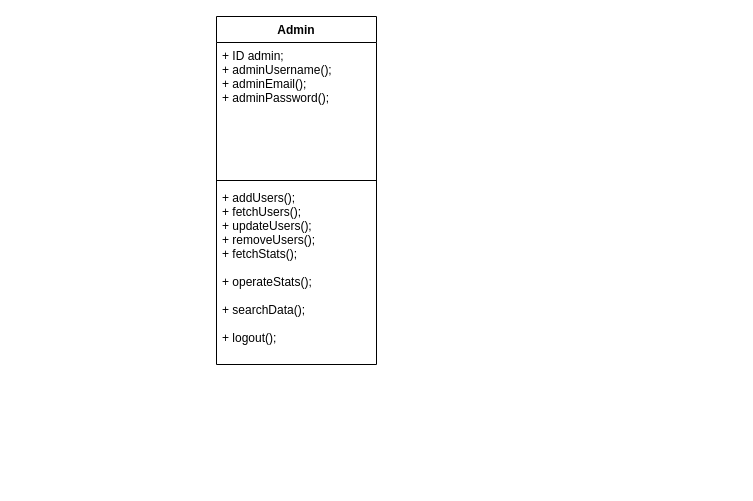
Before: Conceptions/UML/DiagramClass.drawio in JAMALEEY/Application-de-gestion-d-cole-BETA, a draw.io diagram. Source tidied: cells renumbered, new cells numbered last; positions are measured from the earlier drawing's top-left corner, leaving out a move shared by most shapes. Both pictures are drawn from the tidied source at 100%, with x=0, y=0 at pixel (216, 16).
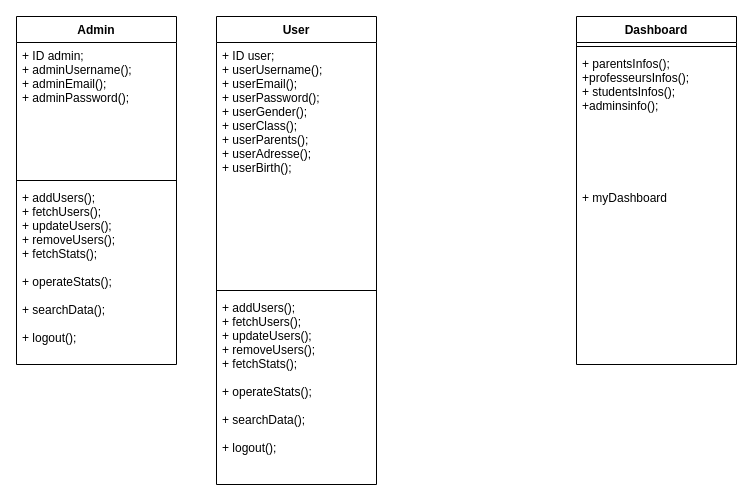
The same page after the edit.

What changed in the source:
```diff
@@
 <mxGraphModel>
   <root>
     <mxCell id="0" />
     <mxCell id="1" parent="0" />
-    <mxCell id="2" value="Admin" style="swimlane;fontStyle=1;align=center;verticalAlign=top;horizontal=1;startSize=26;" parent="1" vertex="1">
-      <mxGeometry width="160" height="348" as="geometry" />
+    <mxCell id="2" value="User" style="swimlane;fontStyle=1;align=center;verticalAlign=top;horizontal=1;startSize=26;" parent="1" vertex="1">
+      <mxGeometry width="160" height="468" as="geometry" />
     </mxCell>
-    <mxCell id="3" value="+ ID admin;&#10;+ adminUsername();&#10;+ adminEmail();&#10;+ adminPassword();&#10;&#10;" style="text;strokeColor=none;fillColor=none;align=left;verticalAlign=top;spacingLeft=4;spacingRight=4;overflow=hidden;" parent="2" vertex="1">
-      <mxGeometry y="26" width="160" height="134" as="geometry" />
+    <mxCell id="3" value="+ ID user;&#10;+ userUsername();&#10;+ userEmail();&#10;+ userPassword();&#10;+ userGender();&#10;+ userClass();&#10;+ userParents();&#10;+ userAdresse();&#10;+ userBirth();&#10;&#10;&#10;" style="text;strokeColor=none;fillColor=none;align=left;verticalAlign=top;spacingLeft=4;spacingRight=4;overflow=hidden;" parent="2" vertex="1">
+      <mxGeometry y="26" width="160" height="244" as="geometry" />
     </mxCell>
     <mxCell id="4" style="line;strokeWidth=1;fillColor=none;align=left;verticalAlign=middle;spacingTop=-1;spacingLeft=3;spacingRight=3;labelPosition=right;" parent="2" vertex="1">
-      <mxGeometry y="160" width="160" height="8" as="geometry" />
+      <mxGeometry y="270" width="160" height="8" as="geometry" />
     </mxCell>
     <mxCell id="5" value="+ addUsers();&#10;+ fetchUsers();&#10;+ updateUsers();&#10;+ removeUsers();&#10;+ fetchStats();&#10;&#10;+ operateStats();&#10;&#10;+ searchData();&#10;&#10;+ logout();&#10;" style="text;strokeColor=none;fillColor=none;align=left;verticalAlign=top;spacingLeft=4;spacingRight=4;overflow=hidden;" parent="2" vertex="1">
-      <mxGeometry y="168" width="160" height="180" as="geometry" />
+      <mxGeometry y="278" width="160" height="190" as="geometry" />
     </mxCell>
+    <mxCell id="6" value="Admin" style="swimlane;fontStyle=1;align=center;verticalAlign=top;horizontal=1;startSize=26;" parent="1" vertex="1">
+      <mxGeometry x="-200" width="160" height="348" as="geometry" />
+    </mxCell>
+    <mxCell id="7" value="+ ID admin;&#10;+ adminUsername();&#10;+ adminEmail();&#10;+ adminPassword();&#10;&#10;" style="text;strokeColor=none;fillColor=none;align=left;verticalAlign=top;spacingLeft=4;spacingRight=4;overflow=hidden;" parent="6" vertex="1">
+      <mxGeometry y="26" width="160" height="134" as="geometry" />
+    </mxCell>
+    <mxCell id="8" style="line;strokeWidth=1;fillColor=none;align=left;verticalAlign=middle;spacingTop=-1;spacingLeft=3;spacingRight=3;labelPosition=right;" parent="6" vertex="1">
+      <mxGeometry y="160" width="160" height="8" as="geometry" />
+    </mxCell>
+    <mxCell id="9" value="+ addUsers();&#10;+ fetchUsers();&#10;+ updateUsers();&#10;+ removeUsers();&#10;+ fetchStats();&#10;&#10;+ operateStats();&#10;&#10;+ searchData();&#10;&#10;+ logout();&#10;" style="text;strokeColor=none;fillColor=none;align=left;verticalAlign=top;spacingLeft=4;spacingRight=4;overflow=hidden;" parent="6" vertex="1">
+      <mxGeometry y="168" width="160" height="180" as="geometry" />
+    </mxCell>
+    <mxCell id="10" value="Dashboard" style="swimlane;fontStyle=1;align=center;verticalAlign=top;horizontal=1;startSize=26;" parent="1" vertex="1">
+      <mxGeometry x="360" width="160" height="348" as="geometry" />
+    </mxCell>
+    <mxCell id="11" style="line;strokeWidth=1;fillColor=none;align=left;verticalAlign=middle;spacingTop=-1;spacingLeft=3;spacingRight=3;labelPosition=right;" parent="10" vertex="1">
+      <mxGeometry y="26" width="160" height="8" as="geometry" />
+    </mxCell>
+    <mxCell id="12" value="+ parentsInfos();&#10;+professeursInfos();&#10;+ studentsInfos();&#10;+adminsinfo();&#10;" style="text;strokeColor=none;fillColor=none;align=left;verticalAlign=top;spacingLeft=4;spacingRight=4;overflow=hidden;" parent="10" vertex="1">
+      <mxGeometry y="34" width="160" height="134" as="geometry" />
+    </mxCell>
+    <mxCell id="13" value="+ myDashboard" style="text;strokeColor=none;fillColor=none;align=left;verticalAlign=top;spacingLeft=4;spacingRight=4;overflow=hidden;" parent="10" vertex="1">
+      <mxGeometry y="168" width="160" height="180" as="geometry" />
+    </mxCell>
   </root>
 </mxGraphModel>
```
